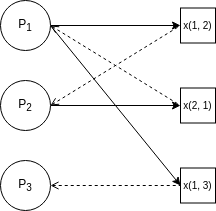
Above: src/test_sm.png in stefa168/seminario_mcad (draw.io), before the change. Source tidied: cells renumbered, new cells last; positions are measured from the earlier drawing's top-left corner, leaving out a move shared by most shapes.
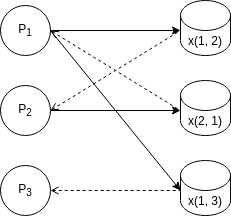
After the commit.

What changed in the source:
```diff
@@ -2,43 +2,54 @@
   <root>
     <mxCell id="0" />
     <mxCell id="1" parent="0" />
-    <mxCell id="2" style="rounded=0;jettySize=auto;html=1;entryX=0;entryY=0.5;entryDx=0;entryDy=0;fontSize=10;elbow=vertical;exitX=1;exitY=0.5;exitDx=0;exitDy=0;" parent="1" edge="1" source="5" target="11">
-      <mxGeometry relative="1" as="geometry" />
+    <mxCell id="2" style="rounded=0;jettySize=auto;html=1;entryX=0;entryY=0.5;entryDx=0;entryDy=0;fontSize=10;elbow=vertical;exitX=1;exitY=0.5;exitDx=0;exitDy=0;" parent="1" edge="1" source="5">
+      <mxGeometry relative="1" as="geometry">
+        <mxPoint x="180" y="25" as="targetPoint" />
+      </mxGeometry>
     </mxCell>
-    <mxCell id="3" style="edgeStyle=none;rounded=0;jettySize=auto;html=1;entryX=0;entryY=0.5;entryDx=0;entryDy=0;startArrow=open;startFill=0;endArrow=none;endFill=0;fontSize=10;dashed=1;exitX=1;exitY=0.5;exitDx=0;exitDy=0;" parent="1" edge="1" source="5" target="12">
-      <mxGeometry relative="1" as="geometry" />
+    <mxCell id="3" style="edgeStyle=none;rounded=0;jettySize=auto;html=1;entryX=0;entryY=0.5;entryDx=0;entryDy=0;startArrow=open;startFill=0;endArrow=none;endFill=0;fontSize=10;dashed=1;exitX=1;exitY=0.5;exitDx=0;exitDy=0;" parent="1" edge="1" source="5">
+      <mxGeometry relative="1" as="geometry">
+        <mxPoint x="180" y="105" as="targetPoint" />
+      </mxGeometry>
     </mxCell>
-    <mxCell id="4" style="edgeStyle=none;rounded=0;jettySize=auto;html=1;entryX=0;entryY=0.5;entryDx=0;entryDy=0;startArrow=none;startFill=0;endArrow=classic;endFill=1;fontSize=10;" parent="1" edge="1" target="13">
+    <mxCell id="4" style="edgeStyle=none;rounded=0;orthogonalLoop=1;jettySize=auto;html=1;entryX=0;entryY=0.5;entryDx=0;entryDy=0;startArrow=none;startFill=0;endArrow=classic;endFill=1;fontSize=10;" parent="1" edge="1">
       <mxGeometry relative="1" as="geometry">
         <mxPoint x="50" y="25" as="sourcePoint" />
+        <mxPoint x="180" y="185" as="targetPoint" />
       </mxGeometry>
     </mxCell>
     <mxCell id="5" value="P&lt;sub&gt;1&lt;/sub&gt;" style="ellipse;whiteSpace=wrap;html=1;" parent="1" vertex="1">
       <mxGeometry width="50" height="50" as="geometry" />
     </mxCell>
-    <mxCell id="6" style="edgeStyle=none;rounded=0;jettySize=auto;html=1;entryX=0;entryY=0.5;entryDx=0;entryDy=0;startArrow=open;startFill=0;endArrow=none;endFill=0;fontSize=10;dashed=1;" parent="1" edge="1" source="7" target="13">
-      <mxGeometry relative="1" as="geometry" />
+    <mxCell id="6" style="edgeStyle=none;rounded=0;jettySize=auto;html=1;entryX=0;entryY=0.5;entryDx=0;entryDy=0;startArrow=open;startFill=0;endArrow=none;endFill=0;fontSize=10;dashed=1;" parent="1" edge="1" source="7">
+      <mxGeometry relative="1" as="geometry">
+        <mxPoint x="180" y="185" as="targetPoint" />
+      </mxGeometry>
     </mxCell>
     <mxCell id="7" value="P&lt;sub&gt;3&lt;/sub&gt;" style="ellipse;whiteSpace=wrap;html=1;" parent="1" vertex="1">
       <mxGeometry y="160" width="50" height="50" as="geometry" />
     </mxCell>
-    <mxCell id="8" style="rounded=0;jettySize=auto;html=1;fontSize=10;startArrow=open;startFill=0;endArrow=none;endFill=0;dashed=1;entryX=0;entryY=0.5;entryDx=0;entryDy=0;exitX=1;exitY=0.5;exitDx=0;exitDy=0;" parent="1" edge="1" source="10" target="11">
-      <mxGeometry relative="1" as="geometry" />
+    <mxCell id="8" style="rounded=0;jettySize=auto;html=1;fontSize=10;startArrow=open;startFill=0;endArrow=none;endFill=0;dashed=1;entryX=0;entryY=0.5;entryDx=0;entryDy=0;exitX=1;exitY=0.5;exitDx=0;exitDy=0;" parent="1" edge="1" source="10">
+      <mxGeometry relative="1" as="geometry">
+        <mxPoint x="180" y="25" as="targetPoint" />
+      </mxGeometry>
     </mxCell>
-    <mxCell id="9" style="edgeStyle=none;rounded=0;jettySize=auto;html=1;entryX=0;entryY=0.5;entryDx=0;entryDy=0;startArrow=none;startFill=0;endArrow=classic;endFill=1;fontSize=10;" parent="1" edge="1" source="10" target="12">
-      <mxGeometry relative="1" as="geometry" />
+    <mxCell id="9" style="edgeStyle=none;rounded=0;jettySize=auto;html=1;entryX=0;entryY=0.5;entryDx=0;entryDy=0;startArrow=none;startFill=0;endArrow=classic;endFill=1;fontSize=10;" parent="1" edge="1" source="10">
+      <mxGeometry relative="1" as="geometry">
+        <mxPoint x="180" y="105" as="targetPoint" />
+      </mxGeometry>
     </mxCell>
     <mxCell id="10" value="P&lt;sub&gt;2&lt;br&gt;&lt;/sub&gt;" style="ellipse;whiteSpace=wrap;html=1;" parent="1" vertex="1">
       <mxGeometry y="80" width="50" height="50" as="geometry" />
     </mxCell>
-    <mxCell id="11" value="x(1, 2)" style="whiteSpace=wrap;html=1;fontSize=10;" parent="1" vertex="1">
-      <mxGeometry x="180" y="7.5" width="35" height="35" as="geometry" />
+    <mxCell id="11" value="x(1, 2)" style="shape=cylinder3;whiteSpace=wrap;html=1;boundedLbl=1;backgroundOutline=1;size=15;" parent="1" vertex="1">
+      <mxGeometry x="180" y="-5" width="50" height="55" as="geometry" />
     </mxCell>
-    <mxCell id="12" value="x(2, 1)" style="whiteSpace=wrap;html=1;fontSize=10;" parent="1" vertex="1">
-      <mxGeometry x="180" y="87.5" width="35" height="35" as="geometry" />
+    <mxCell id="12" value="x(2, 1)" style="shape=cylinder3;whiteSpace=wrap;html=1;boundedLbl=1;backgroundOutline=1;size=15;" parent="1" vertex="1">
+      <mxGeometry x="180" y="75" width="50" height="55" as="geometry" />
     </mxCell>
-    <mxCell id="13" value="x(1, 3)" style="whiteSpace=wrap;html=1;fontSize=10;" parent="1" vertex="1">
-      <mxGeometry x="180" y="167.5" width="35" height="35" as="geometry" />
+    <mxCell id="13" value="x(1, 3)" style="shape=cylinder3;whiteSpace=wrap;html=1;boundedLbl=1;backgroundOutline=1;size=15;" parent="1" vertex="1">
+      <mxGeometry x="180" y="155" width="50" height="55" as="geometry" />
     </mxCell>
   </root>
 </mxGraphModel>
```
